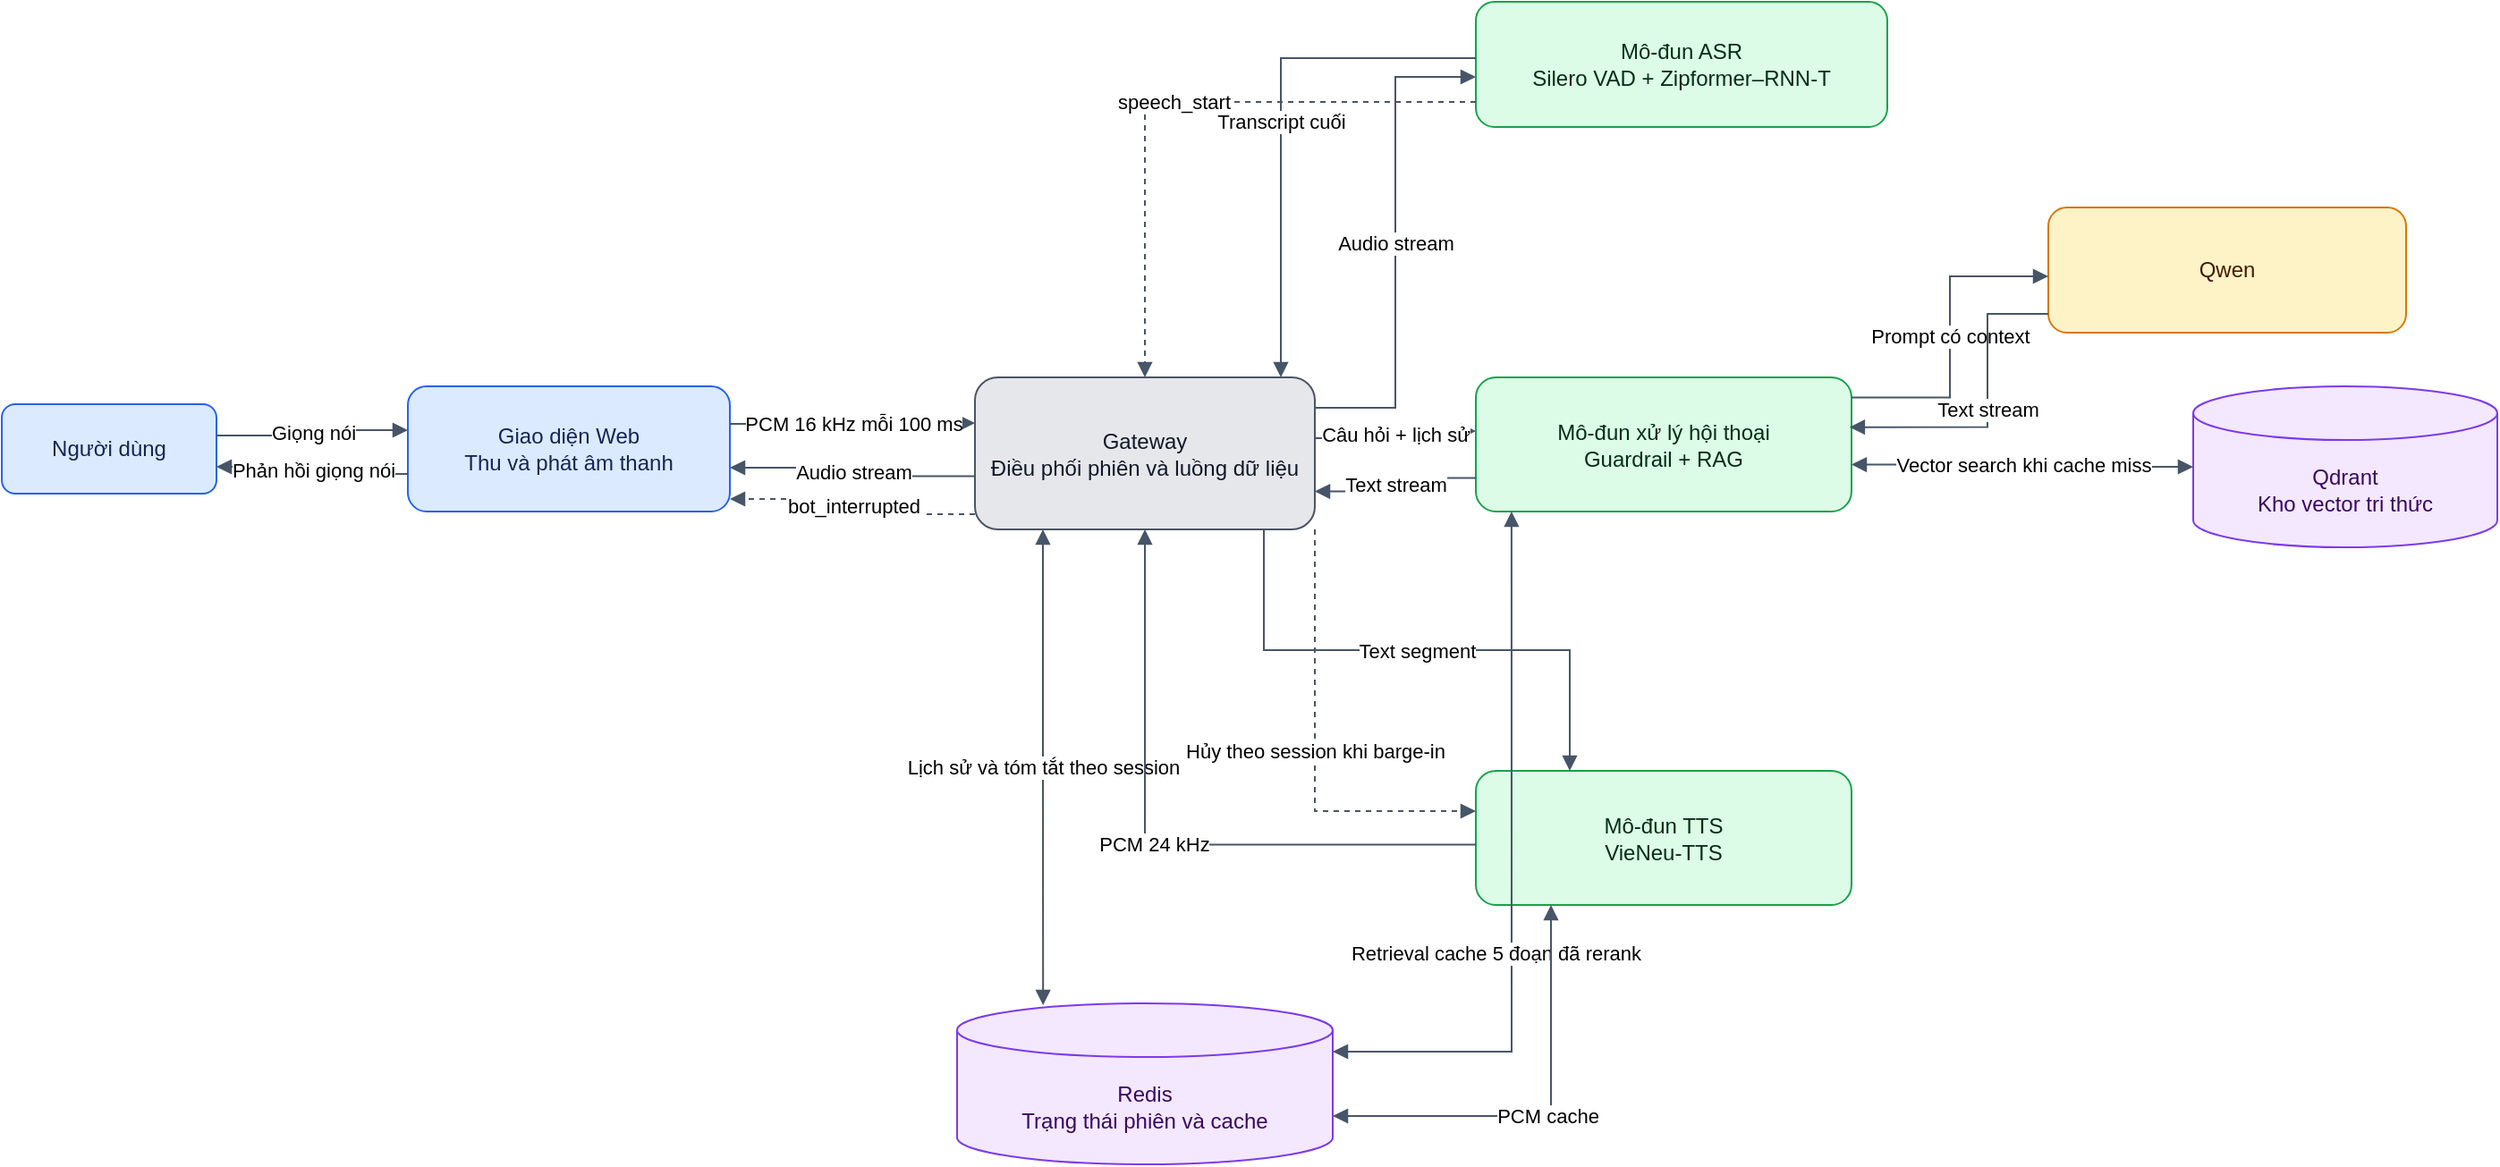
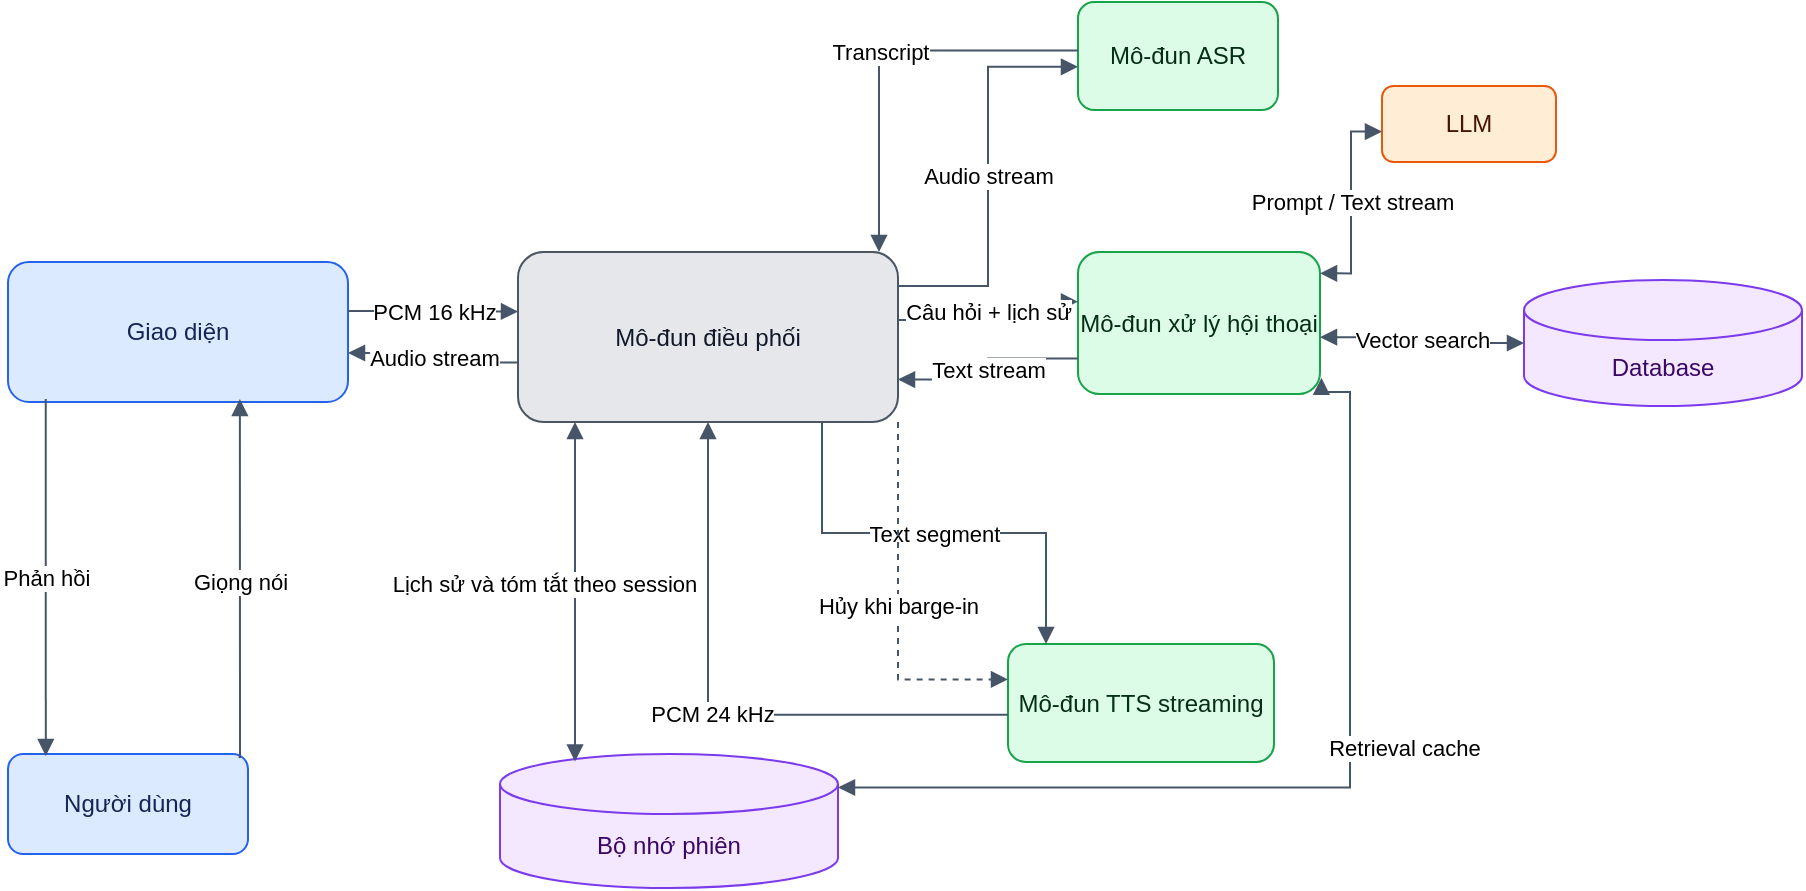
<mxfile host="Electron" agent="Mozilla/5.0 (Macintosh; Intel Mac OS X 10_15_7) AppleWebKit/537.36 (KHTML, like Gecko) draw.io/24.7.17 Chrome/128.0.6613.36 Electron/32.0.1 Safari/537.36" version="24.7.17">
-   <diagram name="Kien truc he thong" id="arch1">
-     <mxGraphModel dx="2572" dy="711" grid="0" gridSize="10" guides="1" tooltips="1" connect="1" arrows="1" fold="1" page="1" pageScale="1" pageWidth="1450" pageHeight="820" math="0" shadow="0">
+   <diagram name="Kien truc tong quan" id="arch1">
+     <mxGraphModel dx="1272" dy="805" grid="0" gridSize="10" guides="1" tooltips="1" connect="1" arrows="1" fold="1" page="0" pageScale="1" pageWidth="1320" pageHeight="780" math="0" shadow="0">
      <root>
        <mxCell id="0" />
        <mxCell id="1" parent="0" />
        <mxCell id="a-user" value="Người dùng" style="rounded=1;whiteSpace=wrap;html=1;fillColor=#dbeafe;strokeColor=#2563eb;fontColor=#172554;" parent="1" vertex="1">
-           <mxGeometry x="-94" y="315" width="120" height="50" as="geometry" />
+           <mxGeometry x="185" y="536" width="120" height="50" as="geometry" />
        </mxCell>
-         <mxCell id="a-client" value="Giao diện Web&#xa;Thu và phát âm thanh" style="rounded=1;whiteSpace=wrap;html=1;fillColor=#dbeafe;strokeColor=#2563eb;fontColor=#172554;" parent="1" vertex="1">
-           <mxGeometry x="133" y="305" width="180" height="70" as="geometry" />
+         <mxCell id="a-client" value="Giao diện" style="rounded=1;whiteSpace=wrap;html=1;fillColor=#dbeafe;strokeColor=#2563eb;fontColor=#172554;" parent="1" vertex="1">
+           <mxGeometry x="185" y="290" width="170" height="70" as="geometry" />
        </mxCell>
-         <mxCell id="a-gw" value="Gateway&#xa;Điều phối phiên và luồng dữ liệu" style="rounded=1;whiteSpace=wrap;html=1;fillColor=#e5e7eb;strokeColor=#4b5563;fontColor=#111827;" parent="1" vertex="1">
-           <mxGeometry x="450" y="300" width="190" height="85" as="geometry" />
+         <mxCell id="a-gw" value="Mô-đun điều phối" style="rounded=1;whiteSpace=wrap;html=1;fillColor=#e5e7eb;strokeColor=#4b5563;fontColor=#111827;" parent="1" vertex="1">
+           <mxGeometry x="440" y="285" width="190" height="85" as="geometry" />
        </mxCell>
-         <mxCell id="a-asr" value="Mô-đun ASR&#xa;Silero VAD + Zipformer–RNN-T" style="rounded=1;whiteSpace=wrap;html=1;fillColor=#dcfce7;strokeColor=#16a34a;fontColor=#052e16;" parent="1" vertex="1">
-           <mxGeometry x="730" y="90" width="230" height="70" as="geometry" />
+         <mxCell id="a-asr" value="&lt;div&gt;&lt;br&gt;&lt;/div&gt;Mô-đun ASR&lt;div&gt;&lt;br&gt;&lt;/div&gt;" style="rounded=1;whiteSpace=wrap;html=1;fillColor=#dcfce7;strokeColor=#16a34a;fontColor=#052e16;" parent="1" vertex="1">
+           <mxGeometry x="720" y="160" width="100" height="54" as="geometry" />
        </mxCell>
-         <mxCell id="a-dlg" value="Mô-đun xử lý hội thoại&#xa;Guardrail + RAG" style="rounded=1;whiteSpace=wrap;html=1;fillColor=#dcfce7;strokeColor=#16a34a;fontColor=#052e16;" parent="1" vertex="1">
-           <mxGeometry x="730" y="300" width="210" height="75" as="geometry" />
+         <mxCell id="a-dlg" value="&lt;div&gt;&lt;br&gt;&lt;/div&gt;Mô-đun xử lý hội thoại&lt;div&gt;&lt;br&gt;&lt;/div&gt;" style="rounded=1;whiteSpace=wrap;html=1;fillColor=#dcfce7;strokeColor=#16a34a;fontColor=#052e16;" parent="1" vertex="1">
+           <mxGeometry x="720" y="285" width="121" height="71" as="geometry" />
        </mxCell>
-         <mxCell id="a-tts" value="Mô-đun TTS&#xa;VieNeu-TTS" style="rounded=1;whiteSpace=wrap;html=1;fillColor=#dcfce7;strokeColor=#16a34a;fontColor=#052e16;" parent="1" vertex="1">
-           <mxGeometry x="730" y="520" width="210" height="75" as="geometry" />
+         <mxCell id="a-tts" value="&lt;div&gt;&lt;br&gt;&lt;/div&gt;Mô-đun TTS streaming&lt;div&gt;&lt;br&gt;&lt;/div&gt;" style="rounded=1;whiteSpace=wrap;html=1;fillColor=#dcfce7;strokeColor=#16a34a;fontColor=#052e16;" parent="1" vertex="1">
+           <mxGeometry x="685" y="481" width="133" height="59" as="geometry" />
        </mxCell>
-         <mxCell id="a-llm" value="Qwen" style="rounded=1;whiteSpace=wrap;html=1;fillColor=#fef3c7;strokeColor=#d97706;fontColor=#451a03;" parent="1" vertex="1">
-           <mxGeometry x="1050" y="205" width="200" height="70" as="geometry" />
+         <mxCell id="a-llm" value="LLM" style="rounded=1;whiteSpace=wrap;html=1;fillColor=#ffedd5;strokeColor=#ea580c;fontColor=#431407;" parent="1" vertex="1">
+           <mxGeometry x="872" y="202" width="87" height="38" as="geometry" />
        </mxCell>
-         <mxCell id="a-qdr" value="Qdrant&#xa;Kho vector tri thức" style="shape=cylinder3;whiteSpace=wrap;html=1;boundedLbl=1;backgroundOutline=1;size=15;fillColor=#f3e8ff;strokeColor=#7c3aed;fontColor=#3b0764;" parent="1" vertex="1">
-           <mxGeometry x="1131" y="305" width="170" height="90" as="geometry" />
+         <mxCell id="a-qdr" value="Database" style="shape=cylinder3;whiteSpace=wrap;html=1;boundedLbl=1;backgroundOutline=1;size=15;fillColor=#f3e8ff;strokeColor=#7c3aed;fontColor=#3b0764;" parent="1" vertex="1">
+           <mxGeometry x="943" y="299" width="139" height="63" as="geometry" />
        </mxCell>
-         <mxCell id="a-redis" value="Redis&#xa;Trạng thái phiên và cache" style="shape=cylinder3;whiteSpace=wrap;html=1;boundedLbl=1;backgroundOutline=1;size=15;fillColor=#f3e8ff;strokeColor=#7c3aed;fontColor=#3b0764;" parent="1" vertex="1">
-           <mxGeometry x="440" y="650" width="210" height="90" as="geometry" />
+         <mxCell id="a-redis" value="Bộ nhớ phiên" style="shape=cylinder3;whiteSpace=wrap;html=1;boundedLbl=1;backgroundOutline=1;size=15;fillColor=#f3e8ff;strokeColor=#7c3aed;fontColor=#3b0764;" parent="1" vertex="1">
+           <mxGeometry x="431" y="536" width="169" height="67" as="geometry" />
        </mxCell>
-         <mxCell id="e1" value="Giọng nói" style="edgeStyle=orthogonalEdgeStyle;rounded=0;html=1;strokeColor=#475569;endArrow=block;exitX=1;exitY=0.35;exitDx=0;exitDy=0;entryX=0;entryY=0.35;entryDx=0;entryDy=0;" parent="1" source="a-user" target="a-client" edge="1">
-           <mxGeometry relative="1" as="geometry" />
+         <mxCell id="e1" value="Giọng nói" style="edgeStyle=orthogonalEdgeStyle;rounded=0;html=1;strokeColor=#475569;endArrow=block;exitX=0.965;exitY=0.04;exitDx=0;exitDy=0;exitPerimeter=0;entryX=0.682;entryY=0.979;entryDx=0;entryDy=0;entryPerimeter=0;" parent="1" source="a-user" target="a-client" edge="1">
+           <mxGeometry relative="1" as="geometry">
+             <mxPoint x="381.52" y="511.61" as="sourcePoint" />
+             <mxPoint x="302" y="401" as="targetPoint" />
+             <Array as="points">
+               <mxPoint x="301" y="537" />
+               <mxPoint x="301" y="538" />
+               <mxPoint x="301" y="538" />
+             </Array>
+           </mxGeometry>
        </mxCell>
-         <mxCell id="e2" value="Phản hồi giọng nói" style="edgeStyle=orthogonalEdgeStyle;rounded=0;html=1;strokeColor=#475569;endArrow=block;exitX=0;exitY=0.7;exitDx=0;exitDy=0;entryX=1;entryY=0.7;entryDx=0;entryDy=0;" parent="1" source="a-client" target="a-user" edge="1">
-           <mxGeometry relative="1" as="geometry" />
+         <mxCell id="e2" value="Phản hồi" style="edgeStyle=orthogonalEdgeStyle;rounded=0;html=1;strokeColor=#475569;endArrow=block;exitX=0.111;exitY=0.979;exitDx=0;exitDy=0;exitPerimeter=0;" parent="1" source="a-client" edge="1">
+           <mxGeometry relative="1" as="geometry">
+             <mxPoint x="203" y="537" as="targetPoint" />
+             <Array as="points">
+               <mxPoint x="204" y="537" />
+             </Array>
+           </mxGeometry>
        </mxCell>
-         <mxCell id="e3" value="PCM 16 kHz mỗi 100 ms" style="edgeStyle=orthogonalEdgeStyle;rounded=0;html=1;strokeColor=#475569;endArrow=block;exitX=1;exitY=0.3;exitDx=0;exitDy=0;entryX=0;entryY=0.3;entryDx=0;entryDy=0;" parent="1" source="a-client" target="a-gw" edge="1">
+         <mxCell id="e3" value="PCM 16 kHz" style="edgeStyle=orthogonalEdgeStyle;rounded=0;html=1;strokeColor=#475569;endArrow=block;exitX=1;exitY=0.35;exitDx=0;exitDy=0;entryX=0;entryY=0.35;entryDx=0;entryDy=0;" parent="1" source="a-client" target="a-gw" edge="1">
          <mxGeometry relative="1" as="geometry" />
        </mxCell>
        <mxCell id="e4" value="Audio stream" style="edgeStyle=orthogonalEdgeStyle;rounded=0;html=1;strokeColor=#475569;endArrow=block;exitX=0;exitY=0.65;exitDx=0;exitDy=0;entryX=1;entryY=0.65;entryDx=0;entryDy=0;" parent="1" source="a-gw" target="a-client" edge="1">
          <mxGeometry relative="1" as="geometry" />
        </mxCell>
-         <mxCell id="e5" value="bot_interrupted" style="edgeStyle=orthogonalEdgeStyle;rounded=0;html=1;strokeColor=#475569;endArrow=block;dashed=1;exitX=0;exitY=0.9;exitDx=0;exitDy=0;entryX=1;entryY=0.9;entryDx=0;entryDy=0;" parent="1" source="a-gw" target="a-client" edge="1">
+         <mxCell id="e5" value="Audio stream" style="edgeStyle=orthogonalEdgeStyle;rounded=0;html=1;strokeColor=#475569;endArrow=block;exitX=1;exitY=0.2;exitDx=0;exitDy=0;entryX=0;entryY=0.6;entryDx=0;entryDy=0;" parent="1" source="a-gw" target="a-asr" edge="1">
          <mxGeometry relative="1" as="geometry" />
        </mxCell>
-         <mxCell id="e6" value="Audio stream" style="edgeStyle=orthogonalEdgeStyle;rounded=0;html=1;strokeColor=#475569;endArrow=block;exitX=1;exitY=0.2;exitDx=0;exitDy=0;entryX=0;entryY=0.6;entryDx=0;entryDy=0;" parent="1" source="a-gw" target="a-asr" edge="1">
+         <mxCell id="e6" value="Transcript" style="edgeStyle=orthogonalEdgeStyle;rounded=0;html=1;strokeColor=#475569;endArrow=block;exitX=0;exitY=0.45;exitDx=0;exitDy=0;entryX=0.95;entryY=0;entryDx=0;entryDy=0;" parent="1" source="a-asr" target="a-gw" edge="1">
          <mxGeometry relative="1" as="geometry" />
        </mxCell>
-         <mxCell id="e7" value="Transcript cuối" style="edgeStyle=orthogonalEdgeStyle;rounded=0;html=1;strokeColor=#475569;endArrow=block;exitX=0;exitY=0.45;exitDx=0;exitDy=0;entryX=0.9;entryY=0;entryDx=0;entryDy=0;" parent="1" source="a-asr" target="a-gw" edge="1">
+         <mxCell id="e7" value="Câu hỏi + lịch sử" style="edgeStyle=orthogonalEdgeStyle;rounded=0;html=1;strokeColor=#475569;endArrow=block;exitX=1;exitY=0.4;exitDx=0;exitDy=0;entryX=0;entryY=0.35;entryDx=0;entryDy=0;" parent="1" source="a-gw" target="a-dlg" edge="1">
          <mxGeometry relative="1" as="geometry" />
        </mxCell>
-         <mxCell id="e8" value="speech_start" style="edgeStyle=orthogonalEdgeStyle;rounded=0;html=1;strokeColor=#475569;endArrow=block;dashed=1;exitX=0;exitY=0.8;exitDx=0;exitDy=0;entryX=0.5;entryY=0;entryDx=0;entryDy=0;" parent="1" source="a-asr" target="a-gw" edge="1">
+         <mxCell id="e8" value="Text stream" style="edgeStyle=orthogonalEdgeStyle;rounded=0;html=1;strokeColor=#475569;endArrow=block;exitX=0;exitY=0.75;exitDx=0;exitDy=0;entryX=1;entryY=0.75;entryDx=0;entryDy=0;" parent="1" source="a-dlg" target="a-gw" edge="1">
          <mxGeometry relative="1" as="geometry" />
        </mxCell>
-         <mxCell id="e9" value="Câu hỏi + lịch sử" style="edgeStyle=orthogonalEdgeStyle;rounded=0;html=1;strokeColor=#475569;endArrow=block;exitX=1;exitY=0.4;exitDx=0;exitDy=0;entryX=0;entryY=0.4;entryDx=0;entryDy=0;" parent="1" source="a-gw" target="a-dlg" edge="1">
+         <mxCell id="e9" value="Prompt / Text stream" style="edgeStyle=orthogonalEdgeStyle;rounded=0;html=1;strokeColor=#475569;startArrow=block;endArrow=block;exitX=1;exitY=0.15;exitDx=0;exitDy=0;entryX=0;entryY=0.6;entryDx=0;entryDy=0;" parent="1" source="a-dlg" target="a-llm" edge="1">
          <mxGeometry relative="1" as="geometry" />
        </mxCell>
-         <mxCell id="e10" value="Text stream" style="edgeStyle=orthogonalEdgeStyle;rounded=0;html=1;strokeColor=#475569;endArrow=block;exitX=0;exitY=0.75;exitDx=0;exitDy=0;entryX=1;entryY=0.75;entryDx=0;entryDy=0;" parent="1" source="a-dlg" target="a-gw" edge="1">
+         <mxCell id="e10" value="Vector search" style="edgeStyle=orthogonalEdgeStyle;rounded=0;html=1;strokeColor=#475569;startArrow=block;endArrow=block;exitX=1;exitY=0.6;exitDx=0;exitDy=0;entryX=0;entryY=0.5;entryDx=0;entryDy=0;" parent="1" source="a-dlg" target="a-qdr" edge="1">
          <mxGeometry relative="1" as="geometry" />
        </mxCell>
-         <mxCell id="e11" value="Vector search khi cache miss" style="edgeStyle=orthogonalEdgeStyle;rounded=0;html=1;strokeColor=#475569;startArrow=block;endArrow=block;exitX=1;exitY=0.65;exitDx=0;exitDy=0;entryX=0;entryY=0.5;entryDx=0;entryDy=0;" parent="1" source="a-dlg" target="a-qdr" edge="1">
-           <mxGeometry relative="1" as="geometry" />
-         </mxCell>
-         <mxCell id="e12" value="Prompt có context" style="edgeStyle=orthogonalEdgeStyle;rounded=0;html=1;strokeColor=#475569;endArrow=block;exitX=1;exitY=0.15;exitDx=0;exitDy=0;entryX=0;entryY=0.55;entryDx=0;entryDy=0;" parent="1" source="a-dlg" target="a-llm" edge="1">
-           <mxGeometry relative="1" as="geometry" />
-         </mxCell>
-         <mxCell id="e13" value="Text stream" style="edgeStyle=orthogonalEdgeStyle;rounded=0;html=1;strokeColor=#475569;endArrow=block;exitX=0;exitY=0.85;exitDx=0;exitDy=0;entryX=0.995;entryY=0.371;entryDx=0;entryDy=0;entryPerimeter=0;" parent="1" source="a-llm" target="a-dlg" edge="1">
-           <mxGeometry relative="1" as="geometry">
+         <mxCell id="e11" value="Retrieval cache" style="edgeStyle=orthogonalEdgeStyle;rounded=0;html=1;strokeColor=#475569;startArrow=block;endArrow=block;exitX=1.006;exitY=0.886;exitDx=0;exitDy=0;entryX=1;entryY=0.25;entryDx=0;entryDy=0;exitPerimeter=0;" parent="1" source="a-dlg" target="a-redis" edge="1">
+           <mxGeometry x="-0.1611" y="27" relative="1" as="geometry">
            <Array as="points">
-               <mxPoint x="1016" y="265" />
-               <mxPoint x="1016" y="328" />
+               <mxPoint x="842" y="355" />
+               <mxPoint x="856" y="355" />
+               <mxPoint x="856" y="553" />
            </Array>
-           </mxGeometry>
-         </mxCell>
-         <mxCell id="e14" value="Retrieval cache 5 đoạn đã rerank" style="edgeStyle=orthogonalEdgeStyle;rounded=0;html=1;strokeColor=#475569;startArrow=block;endArrow=block;exitX=0.095;exitY=1;exitDx=0;exitDy=0;entryX=1;entryY=0.3;entryDx=0;entryDy=0;exitPerimeter=0;" parent="1" source="a-dlg" target="a-redis" edge="1">
-           <mxGeometry x="0.2288" y="-9" relative="1" as="geometry">
            <mxPoint as="offset" />
          </mxGeometry>
        </mxCell>
-         <mxCell id="e15" value="Lịch sử và tóm tắt theo session" style="edgeStyle=orthogonalEdgeStyle;rounded=0;html=1;strokeColor=#475569;startArrow=block;endArrow=block;exitX=0.2;exitY=1;exitDx=0;exitDy=0;entryX=0.229;entryY=0.011;entryDx=0;entryDy=0;entryPerimeter=0;" parent="1" source="a-gw" target="a-redis" edge="1">
+         <mxCell id="e12" value="Text segment" style="edgeStyle=orthogonalEdgeStyle;rounded=0;html=1;strokeColor=#475569;endArrow=block;exitX=0.8;exitY=1;exitDx=0;exitDy=0;entryX=0.143;entryY=0;entryDx=0;entryDy=0;entryPerimeter=0;" parent="1" source="a-gw" target="a-tts" edge="1">
          <mxGeometry relative="1" as="geometry" />
        </mxCell>
-         <mxCell id="e16" value="Text segment" style="edgeStyle=orthogonalEdgeStyle;rounded=0;html=1;strokeColor=#475569;endArrow=block;exitX=0.85;exitY=1;exitDx=0;exitDy=0;entryX=0.25;entryY=0;entryDx=0;entryDy=0;" parent="1" source="a-gw" target="a-tts" edge="1">
+         <mxCell id="e13" value="PCM 24 kHz" style="edgeStyle=orthogonalEdgeStyle;rounded=0;html=1;strokeColor=#475569;endArrow=block;exitX=0;exitY=0.6;exitDx=0;exitDy=0;entryX=0.5;entryY=1;entryDx=0;entryDy=0;" parent="1" source="a-tts" target="a-gw" edge="1">
          <mxGeometry relative="1" as="geometry" />
        </mxCell>
-         <mxCell id="e17" value="Hủy theo session khi barge-in" style="edgeStyle=orthogonalEdgeStyle;rounded=0;html=1;strokeColor=#475569;endArrow=block;dashed=1;exitX=1;exitY=1;exitDx=0;exitDy=0;entryX=0;entryY=0.3;entryDx=0;entryDy=0;" parent="1" source="a-gw" target="a-tts" edge="1">
+         <mxCell id="e14" value="Hủy khi barge-in" style="edgeStyle=orthogonalEdgeStyle;rounded=0;html=1;strokeColor=#475569;endArrow=block;dashed=1;exitX=1;exitY=1;exitDx=0;exitDy=0;entryX=0;entryY=0.3;entryDx=0;entryDy=0;" parent="1" source="a-gw" target="a-tts" edge="1">
          <mxGeometry relative="1" as="geometry" />
        </mxCell>
-         <mxCell id="e18" value="PCM 24 kHz" style="edgeStyle=orthogonalEdgeStyle;rounded=0;html=1;strokeColor=#475569;endArrow=block;exitX=0;exitY=0.55;exitDx=0;exitDy=0;entryX=0.5;entryY=1;entryDx=0;entryDy=0;" parent="1" source="a-tts" target="a-gw" edge="1">
-           <mxGeometry relative="1" as="geometry" />
-         </mxCell>
-         <mxCell id="e19" value="PCM cache" style="edgeStyle=orthogonalEdgeStyle;rounded=0;html=1;strokeColor=#475569;startArrow=block;endArrow=block;exitX=0.2;exitY=1;exitDx=0;exitDy=0;entryX=1;entryY=0.7;entryDx=0;entryDy=0;" parent="1" source="a-tts" target="a-redis" edge="1">
-           <mxGeometry relative="1" as="geometry" />
+         <mxCell id="e16" value="Lịch sử và tóm tắt theo session" style="edgeStyle=orthogonalEdgeStyle;rounded=0;html=1;strokeColor=#475569;startArrow=block;endArrow=block;exitX=0.15;exitY=1;exitDx=0;exitDy=0;entryX=0.222;entryY=0.056;entryDx=0;entryDy=0;entryPerimeter=0;" parent="1" source="a-gw" target="a-redis" edge="1">
+           <mxGeometry x="0.0041" y="-17" relative="1" as="geometry">
+             <Array as="points" />
+             <mxPoint x="1" y="-4" as="offset" />
+           </mxGeometry>
        </mxCell>
      </root>
    </mxGraphModel>
  </diagram>
</mxfile>
